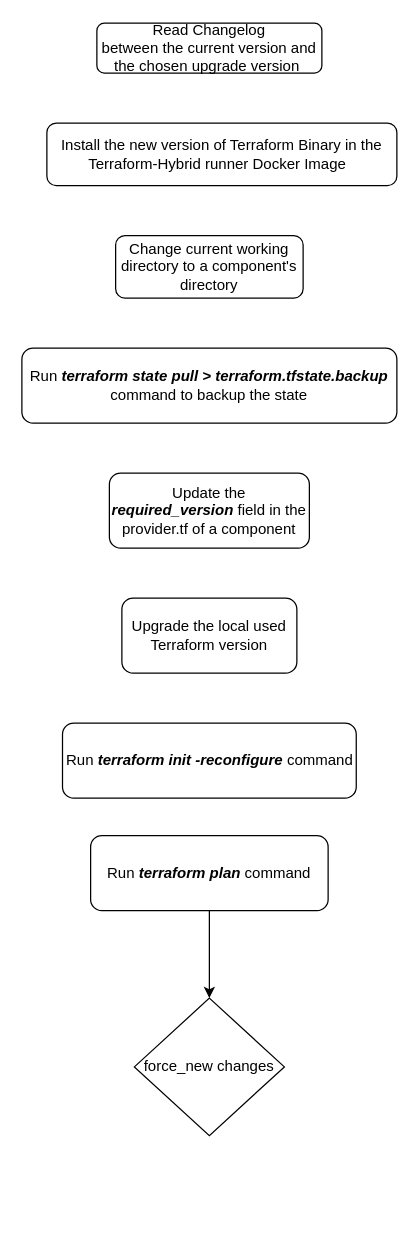
Earlier version of the draw.io diagram page "Page-3" (3 of 3) of terraform-version-chosen-strategy.drawio (YanshanSong/draw.io). Source tidied: cells renumbered, new cells numbered last; positions are measured from the earlier drawing's top-left corner, leaving out a move shared by most shapes. Both pictures are drawn from the tidied source at 125%, with x=0, y=0 at pixel (21, 22).
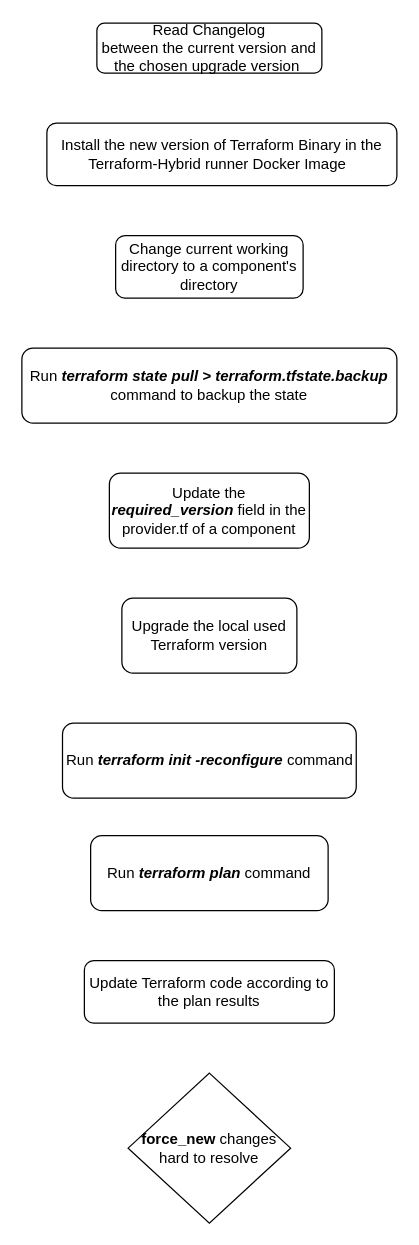
The same diagram, later.

The edit, as a diff of the source:
```diff
@@
 <mxGraphModel>
   <root>
     <mxCell id="0" />
     <mxCell id="1" parent="0" />
     <mxCell id="2" value="Read Changelog&lt;div&gt;between the current version and the chosen upgrade version&amp;nbsp;&lt;/div&gt;" style="rounded=1;whiteSpace=wrap;html=1;" parent="1" vertex="1">
       <mxGeometry x="60" width="180" height="40" as="geometry" />
     </mxCell>
     <mxCell id="3" value="Install the new version of Terraform Binary in the Terraform-Hybrid runner Docker Image&amp;nbsp;&amp;nbsp;" style="rounded=1;whiteSpace=wrap;html=1;" parent="1" vertex="1">
       <mxGeometry x="20" y="80" width="280" height="50" as="geometry" />
     </mxCell>
     <mxCell id="4" value="Update the &lt;b&gt;&lt;i&gt;required_version&lt;/i&gt;&lt;/b&gt; field in the provider.tf of a component" style="rounded=1;whiteSpace=wrap;html=1;" parent="1" vertex="1">
       <mxGeometry x="70" y="360" width="160" height="60" as="geometry" />
     </mxCell>
     <mxCell id="5" value="Upgrade the local used Terraform version" style="rounded=1;whiteSpace=wrap;html=1;" parent="1" vertex="1">
       <mxGeometry x="80" y="460" width="140" height="60" as="geometry" />
     </mxCell>
     <mxCell id="6" value="Run &lt;b&gt;&lt;i&gt;terraform plan&lt;/i&gt;&lt;/b&gt; command" style="rounded=1;whiteSpace=wrap;html=1;" parent="1" vertex="1">
       <mxGeometry x="55" y="650" width="190" height="60" as="geometry" />
     </mxCell>
-    <mxCell id="7" value="force_new changes" style="rhombus;whiteSpace=wrap;html=1;" parent="1" vertex="1">
-      <mxGeometry x="90" y="780" width="120" height="110" as="geometry" />
+    <mxCell id="7" value="&lt;b&gt;force_new&lt;/b&gt; changes&lt;div&gt;hard to resolve&lt;/div&gt;" style="rhombus;whiteSpace=wrap;html=1;" parent="1" vertex="1">
+      <mxGeometry x="85" y="840" width="130" height="120" as="geometry" />
     </mxCell>
-    <mxCell id="8" style="endArrow=classic;html=1;rounded=0;exitX=0.5;exitY=1;exitDx=0;exitDy=0;entryX=0.5;entryY=0;entryDx=0;entryDy=0;" parent="1" edge="1" source="6" target="7">
-      <mxGeometry relative="1" as="geometry" />
-    </mxCell>
     <mxCell id="9" value="Run &lt;b&gt;&lt;i&gt;terraform init -reconfigure&lt;/i&gt;&lt;/b&gt;&amp;nbsp;command" style="rounded=1;whiteSpace=wrap;html=1;" parent="1" vertex="1">
       <mxGeometry x="32.5" y="560" width="235" height="60" as="geometry" />
     </mxCell>
     <mxCell id="10" value="Run &lt;i style=&quot;font-weight: bold;&quot;&gt;terraform state pull &amp;gt;&amp;nbsp;terraform.tfstate.backup &lt;/i&gt;command to backup the state" style="rounded=1;whiteSpace=wrap;html=1;" parent="1" vertex="1">
       <mxGeometry y="260" width="300" height="60" as="geometry" />
     </mxCell>
     <mxCell id="11" value="Change current working directory to a component's directory" style="rounded=1;whiteSpace=wrap;html=1;" parent="1" vertex="1">
       <mxGeometry x="75" y="170" width="150" height="50" as="geometry" />
     </mxCell>
+    <mxCell id="12" value="Update Terraform code according to the plan results" style="rounded=1;whiteSpace=wrap;html=1;" parent="1" vertex="1">
+      <mxGeometry x="50" y="750" width="200" height="50" as="geometry" />
+    </mxCell>
   </root>
 </mxGraphModel>
```
